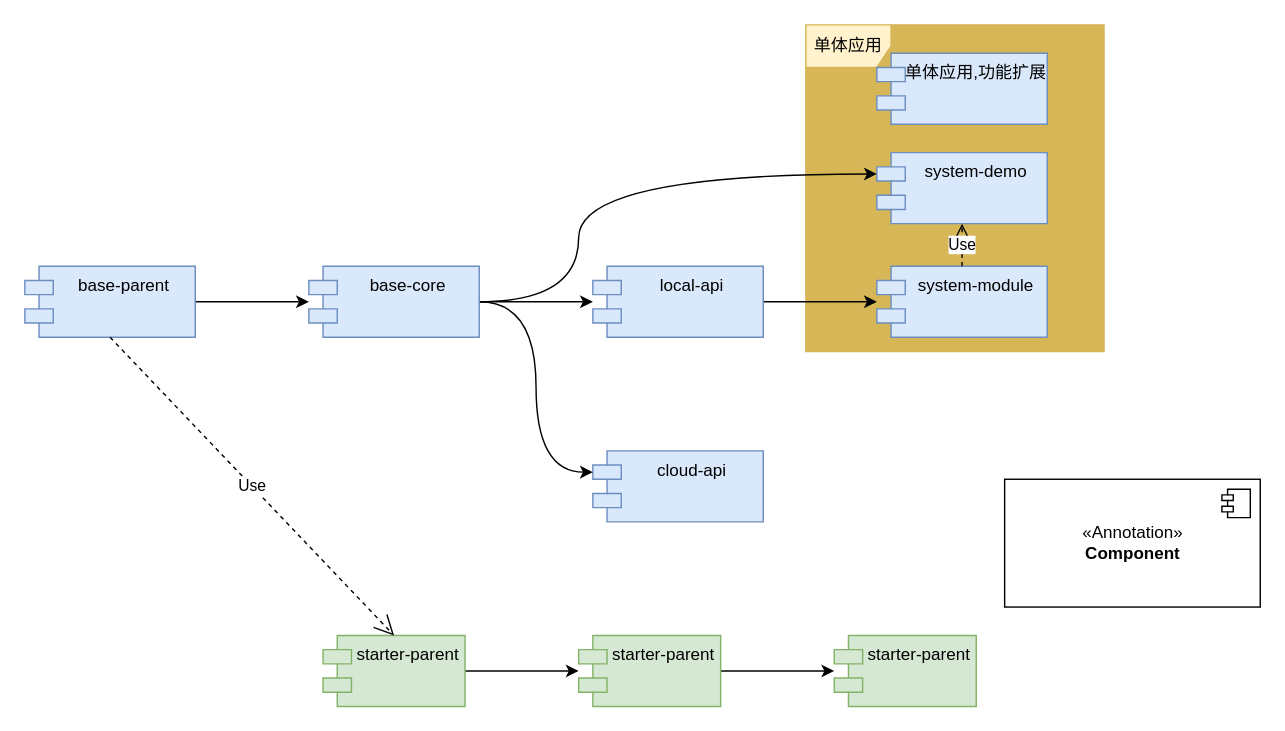
Earlier version of the draw.io diagram Untitled Diagram.drawio (gg2herry/drawio). Source tidied: cells renumbered, new cells numbered last; positions are measured from the earlier drawing's top-left corner, leaving out a move shared by most shapes. Both pictures are drawn from the tidied source at 142%, with x=0, y=0 at pixel (24, 24).
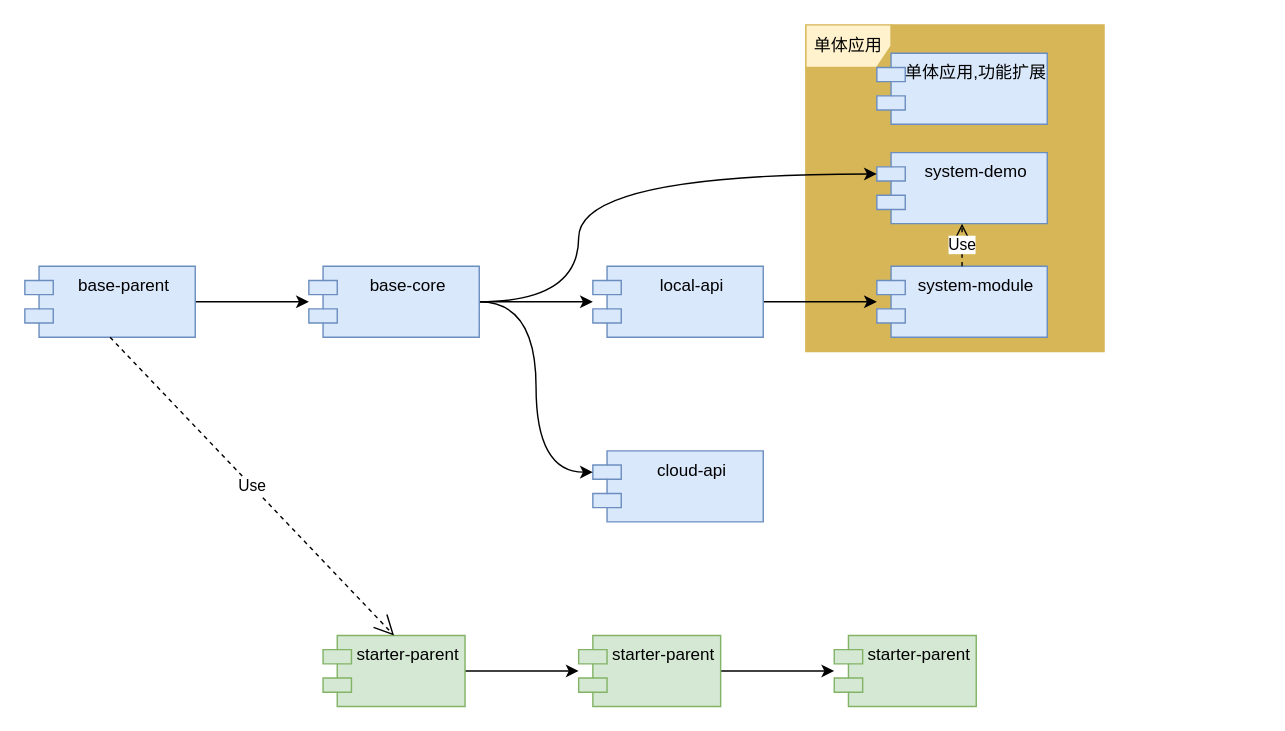
The same diagram, later.

Change to the diagram source:
```diff
@@
-    <mxCell id="22" value="&amp;laquo;Annotation&amp;raquo;&lt;br/&gt;&lt;b&gt;Component&lt;/b&gt;" style="html=1;shadow=0;gradientColor=none;" parent="1" vertex="1">
-      <mxGeometry x="690" y="320" width="180" height="90" as="geometry" />
-    </mxCell>
-    <mxCell id="23" style="shape=module;jettyWidth=8;jettyHeight=4;" parent="22" vertex="1">
-      <mxGeometry x="1" width="20" height="20" relative="1" as="geometry">
-        <mxPoint x="-27" y="7" as="offset" />
-      </mxGeometry>
-    </mxCell>
```
